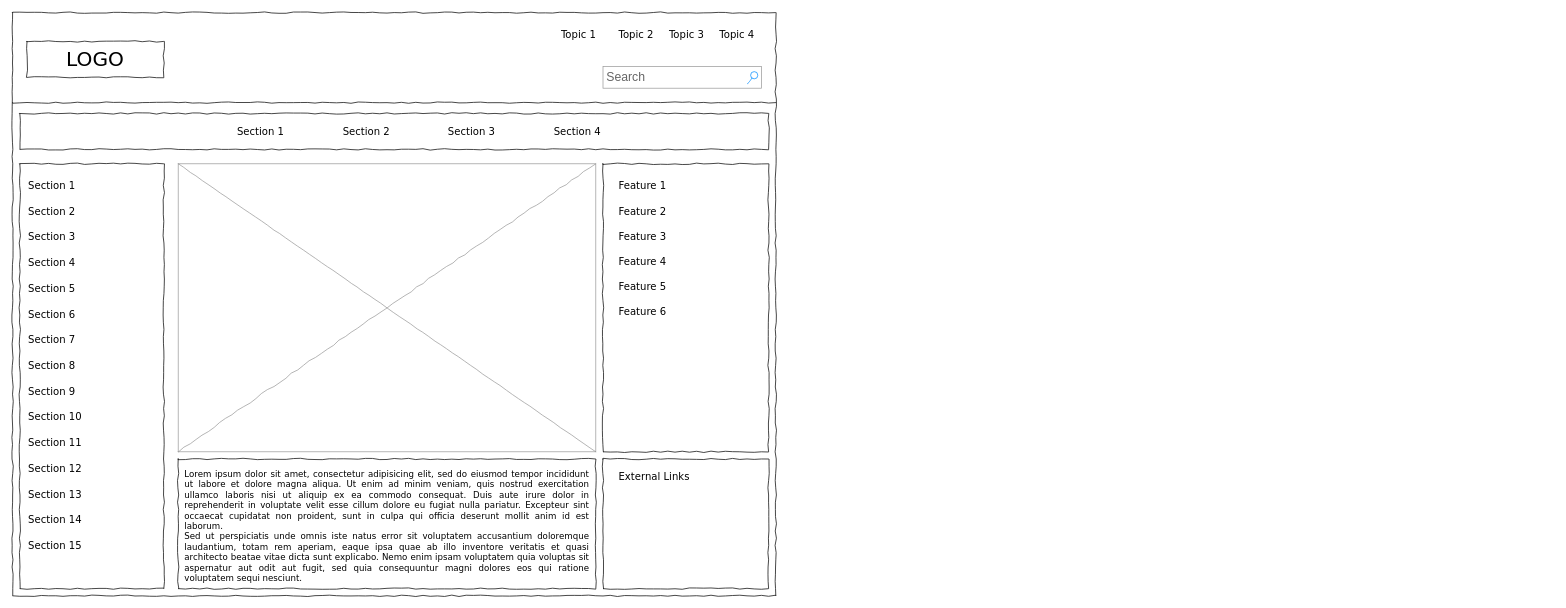
The draw.io diagram page "Page-1" (1 of 2) of BaseObjectMetadataUI.drawio in aaf1974/ProjectDiagram, before the edit. Source tidied: cells renumbered, new cells numbered last; positions are measured from the earlier drawing's top-left corner, leaving out a move shared by most shapes. Both pictures are drawn from the tidied source at 72%, with x=0, y=0 at pixel (12, 12).
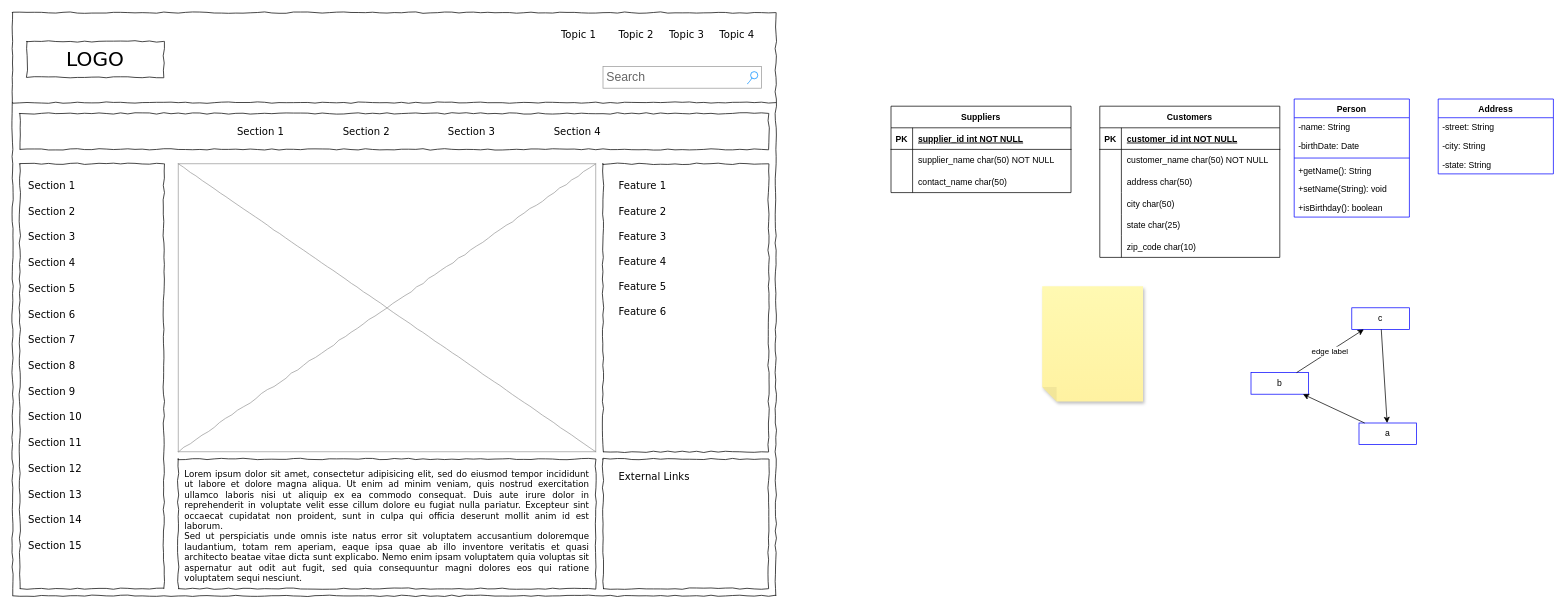
After the change.

Diff of the diagram source:
```diff
@@
+    <mxCell id="42" style="shape=note;whiteSpace=wrap;html=1;backgroundOutline=1;fontColor=#000000;darkOpacity=0.05;fillColor=#FFF9B2;strokeColor=none;fillStyle=solid;direction=west;gradientDirection=north;gradientColor=#FFF2A1;shadow=1;size=20;" parent="1" vertex="1">
+      <mxGeometry x="1430" y="380" width="140" height="160" as="geometry" />
+    </mxCell>
+    <mxCell id="43" value="Suppliers" style="shape=table;startSize=30;childLayout=tableLayout;rowLines=0;fontStyle=1;align=center;" parent="1" vertex="1">
+      <mxGeometry x="1220" y="130" width="250" height="120" as="geometry" />
+    </mxCell>
+    <mxCell id="44" style="shape=tableRow;horizontal=0;startSize=0;swimlaneHead=0;swimlaneBody=0;fillColor=none;strokeColor=inherit;top=0;left=0;right=0;bottom=1;" parent="43" vertex="1">
+      <mxGeometry y="30" width="250" height="30" as="geometry" />
+    </mxCell>
+    <mxCell id="45" value="PK" style="shape=partialRectangle;overflow=hidden;fillColor=none;strokeColor=inherit;top=0;left=0;bottom=0;right=0;fontStyle=1;" parent="44" vertex="1">
+      <mxGeometry width="30" height="30" as="geometry" />
+    </mxCell>
+    <mxCell id="46" value="supplier_id int NOT NULL " style="shape=partialRectangle;overflow=hidden;fillColor=none;align=left;strokeColor=inherit;top=0;left=0;bottom=0;right=0;spacingLeft=6;fontStyle=5;" parent="44" vertex="1">
+      <mxGeometry x="30" width="220" height="30" as="geometry" />
+    </mxCell>
+    <mxCell id="47" style="shape=tableRow;horizontal=0;startSize=0;swimlaneHead=0;swimlaneBody=0;fillColor=none;strokeColor=inherit;top=0;left=0;right=0;bottom=0;" parent="43" vertex="1">
+      <mxGeometry y="60" width="250" height="30" as="geometry" />
+    </mxCell>
+    <mxCell id="48" style="shape=partialRectangle;overflow=hidden;fillColor=none;strokeColor=inherit;top=0;left=0;bottom=0;right=0;" parent="47" vertex="1">
+      <mxGeometry width="30" height="30" as="geometry" />
+    </mxCell>
+    <mxCell id="49" value="supplier_name char(50) NOT NULL" style="shape=partialRectangle;overflow=hidden;fillColor=none;align=left;strokeColor=inherit;top=0;left=0;bottom=0;right=0;spacingLeft=6;" parent="47" vertex="1">
+      <mxGeometry x="30" width="220" height="30" as="geometry" />
+    </mxCell>
+    <mxCell id="50" style="shape=tableRow;horizontal=0;startSize=0;swimlaneHead=0;swimlaneBody=0;fillColor=none;strokeColor=inherit;top=0;left=0;right=0;bottom=0;" parent="43" vertex="1">
+      <mxGeometry y="90" width="250" height="30" as="geometry" />
+    </mxCell>
+    <mxCell id="51" style="shape=partialRectangle;overflow=hidden;fillColor=none;strokeColor=inherit;top=0;left=0;bottom=0;right=0;" parent="50" vertex="1">
+      <mxGeometry width="30" height="30" as="geometry" />
+    </mxCell>
+    <mxCell id="52" value="contact_name char(50)" style="shape=partialRectangle;overflow=hidden;fillColor=none;align=left;strokeColor=inherit;top=0;left=0;bottom=0;right=0;spacingLeft=6;" parent="50" vertex="1">
+      <mxGeometry x="30" width="220" height="30" as="geometry" />
+    </mxCell>
+    <mxCell id="53" value="Customers" style="shape=table;startSize=30;childLayout=tableLayout;rowLines=0;fontStyle=1;align=center;" parent="1" vertex="1">
+      <mxGeometry x="1510" y="130" width="250" height="210" as="geometry" />
+    </mxCell>
+    <mxCell id="54" style="shape=tableRow;horizontal=0;startSize=0;swimlaneHead=0;swimlaneBody=0;fillColor=none;strokeColor=inherit;top=0;left=0;right=0;bottom=1;" parent="53" vertex="1">
+      <mxGeometry y="30" width="250" height="30" as="geometry" />
+    </mxCell>
+    <mxCell id="55" value="PK" style="shape=partialRectangle;overflow=hidden;fillColor=none;strokeColor=inherit;top=0;left=0;bottom=0;right=0;fontStyle=1;" parent="54" vertex="1">
+      <mxGeometry width="30" height="30" as="geometry" />
+    </mxCell>
+    <mxCell id="56" value="customer_id int NOT NULL " style="shape=partialRectangle;overflow=hidden;fillColor=none;align=left;strokeColor=inherit;top=0;left=0;bottom=0;right=0;spacingLeft=6;fontStyle=5;" parent="54" vertex="1">
+      <mxGeometry x="30" width="220" height="30" as="geometry" />
+    </mxCell>
+    <mxCell id="57" style="shape=tableRow;horizontal=0;startSize=0;swimlaneHead=0;swimlaneBody=0;fillColor=none;strokeColor=inherit;top=0;left=0;right=0;bottom=0;" parent="53" vertex="1">
+      <mxGeometry y="60" width="250" height="30" as="geometry" />
+    </mxCell>
+    <mxCell id="58" style="shape=partialRectangle;overflow=hidden;fillColor=none;strokeColor=inherit;top=0;left=0;bottom=0;right=0;" parent="57" vertex="1">
+      <mxGeometry width="30" height="30" as="geometry" />
+    </mxCell>
+    <mxCell id="59" value="customer_name char(50) NOT NULL" style="shape=partialRectangle;overflow=hidden;fillColor=none;align=left;strokeColor=inherit;top=0;left=0;bottom=0;right=0;spacingLeft=6;" parent="57" vertex="1">
+      <mxGeometry x="30" width="220" height="30" as="geometry" />
+    </mxCell>
+    <mxCell id="60" style="shape=tableRow;horizontal=0;startSize=0;swimlaneHead=0;swimlaneBody=0;fillColor=none;strokeColor=inherit;top=0;left=0;right=0;bottom=0;" parent="53" vertex="1">
+      <mxGeometry y="90" width="250" height="30" as="geometry" />
+    </mxCell>
+    <mxCell id="61" style="shape=partialRectangle;overflow=hidden;fillColor=none;strokeColor=inherit;top=0;left=0;bottom=0;right=0;" parent="60" vertex="1">
+      <mxGeometry width="30" height="30" as="geometry" />
+    </mxCell>
+    <mxCell id="62" value="address char(50)" style="shape=partialRectangle;overflow=hidden;fillColor=none;align=left;strokeColor=inherit;top=0;left=0;bottom=0;right=0;spacingLeft=6;" parent="60" vertex="1">
+      <mxGeometry x="30" width="220" height="30" as="geometry" />
+    </mxCell>
+    <mxCell id="63" style="shape=tableRow;horizontal=0;startSize=0;swimlaneHead=0;swimlaneBody=0;fillColor=none;strokeColor=inherit;top=0;left=0;right=0;bottom=0;" parent="53" vertex="1">
+      <mxGeometry y="120" width="250" height="30" as="geometry" />
+    </mxCell>
+    <mxCell id="64" style="shape=partialRectangle;overflow=hidden;fillColor=none;strokeColor=inherit;top=0;left=0;bottom=0;right=0;" parent="63" vertex="1">
+      <mxGeometry width="30" height="30" as="geometry" />
+    </mxCell>
+    <mxCell id="65" value="city char(50)" style="shape=partialRectangle;overflow=hidden;fillColor=none;align=left;strokeColor=inherit;top=0;left=0;bottom=0;right=0;spacingLeft=6;" parent="63" vertex="1">
+      <mxGeometry x="30" width="220" height="30" as="geometry" />
+    </mxCell>
+    <mxCell id="66" style="shape=tableRow;horizontal=0;startSize=0;swimlaneHead=0;swimlaneBody=0;fillColor=none;strokeColor=inherit;top=0;left=0;right=0;bottom=0;" parent="53" vertex="1">
+      <mxGeometry y="150" width="250" height="30" as="geometry" />
+    </mxCell>
+    <mxCell id="67" style="shape=partialRectangle;overflow=hidden;fillColor=none;strokeColor=inherit;top=0;left=0;bottom=0;right=0;" parent="66" vertex="1">
+      <mxGeometry width="30" height="30" as="geometry" />
+    </mxCell>
+    <mxCell id="68" value="state char(25)" style="shape=partialRectangle;overflow=hidden;fillColor=none;align=left;strokeColor=inherit;top=0;left=0;bottom=0;right=0;spacingLeft=6;" parent="66" vertex="1">
+      <mxGeometry x="30" width="220" height="30" as="geometry" />
+    </mxCell>
+    <mxCell id="69" style="shape=tableRow;horizontal=0;startSize=0;swimlaneHead=0;swimlaneBody=0;fillColor=none;strokeColor=inherit;top=0;left=0;right=0;bottom=0;" parent="53" vertex="1">
+      <mxGeometry y="180" width="250" height="30" as="geometry" />
+    </mxCell>
+    <mxCell id="70" style="shape=partialRectangle;overflow=hidden;fillColor=none;strokeColor=inherit;top=0;left=0;bottom=0;right=0;" parent="69" vertex="1">
+      <mxGeometry width="30" height="30" as="geometry" />
+    </mxCell>
+    <mxCell id="71" value="zip_code char(10)" style="shape=partialRectangle;overflow=hidden;fillColor=none;align=left;strokeColor=inherit;top=0;left=0;bottom=0;right=0;spacingLeft=6;" parent="69" vertex="1">
+      <mxGeometry x="30" width="220" height="30" as="geometry" />
+    </mxCell>
+    <mxCell id="72" value="a" style="whiteSpace=wrap;html=1;strokeColor=#0000FF;" parent="1" vertex="1">
+      <mxGeometry x="1870" y="570" width="80" height="30" as="geometry" />
+    </mxCell>
+    <mxCell id="73" value="b" style="whiteSpace=wrap;html=1;strokeColor=#0000FF;" parent="1" vertex="1">
+      <mxGeometry x="1720" y="500" width="80" height="30" as="geometry" />
+    </mxCell>
+    <mxCell id="74" style="rounded=0;" parent="1" edge="1" source="72" target="73">
+      <mxGeometry x="1739" y="429" as="geometry" />
+    </mxCell>
+    <mxCell id="75" value="c" style="whiteSpace=wrap;html=1;strokeColor=#0000FF;" parent="1" vertex="1">
+      <mxGeometry x="1860" y="410" width="80" height="30" as="geometry" />
+    </mxCell>
+    <mxCell id="76" value="edge label" style="rounded=0;" parent="1" edge="1" source="73" target="75">
+      <mxGeometry x="1739" y="429" as="geometry" />
+    </mxCell>
+    <mxCell id="77" style="rounded=0;" parent="1" edge="1" source="75" target="72">
+      <mxGeometry x="1739" y="429" as="geometry" />
+    </mxCell>
+    <mxCell id="78" value="Person" style="swimlane;fontStyle=1;horizontal=1;startSize=26;strokeColor=#0000FF;" parent="1" vertex="1">
+      <mxGeometry x="1780" y="120" width="160" height="164" as="geometry" />
+    </mxCell>
+    <mxCell id="79" value="-name: String" style="text;strokeColor=none;fillColor=none;align=left;verticalAlign=top;spacingLeft=4;spacingRight=4;overflow=hidden;" parent="78" vertex="1">
+      <mxGeometry y="26" width="160" height="26" as="geometry" />
+    </mxCell>
+    <mxCell id="80" value="-birthDate: Date" style="text;strokeColor=none;fillColor=none;align=left;verticalAlign=top;spacingLeft=4;spacingRight=4;overflow=hidden;" parent="78" vertex="1">
+      <mxGeometry y="52" width="160" height="26" as="geometry" />
+    </mxCell>
+    <mxCell id="81" style="line;strokeWidth=1;fillColor=none;align=left;verticalAlign=middle;spacingTop=-1;spacingLeft=3;spacingRight=3;labelPosition=right;strokeColor=#0000FF;" parent="78" vertex="1">
+      <mxGeometry y="78" width="160" height="8" as="geometry" />
+    </mxCell>
+    <mxCell id="82" value="+getName(): String" style="text;strokeColor=none;fillColor=none;align=left;verticalAlign=top;spacingLeft=4;spacingRight=4;overflow=hidden;" parent="78" vertex="1">
+      <mxGeometry y="86" width="160" height="26" as="geometry" />
+    </mxCell>
+    <mxCell id="83" value="+setName(String): void" style="text;strokeColor=none;fillColor=none;align=left;verticalAlign=top;spacingLeft=4;spacingRight=4;overflow=hidden;" parent="78" vertex="1">
+      <mxGeometry y="112" width="160" height="26" as="geometry" />
+    </mxCell>
+    <mxCell id="84" value="+isBirthday(): boolean" style="text;strokeColor=none;fillColor=none;align=left;verticalAlign=top;spacingLeft=4;spacingRight=4;overflow=hidden;" parent="78" vertex="1">
+      <mxGeometry y="138" width="160" height="26" as="geometry" />
+    </mxCell>
+    <mxCell id="85" value="Address" style="swimlane;fontStyle=1;horizontal=1;startSize=26;strokeColor=#0000FF;" parent="1" vertex="1">
+      <mxGeometry x="1980" y="120" width="160" height="104" as="geometry" />
+    </mxCell>
+    <mxCell id="86" value="-street: String" style="text;strokeColor=none;fillColor=none;align=left;verticalAlign=top;spacingLeft=4;spacingRight=4;overflow=hidden;" parent="85" vertex="1">
+      <mxGeometry y="26" width="160" height="26" as="geometry" />
+    </mxCell>
+    <mxCell id="87" value="-city: String" style="text;strokeColor=none;fillColor=none;align=left;verticalAlign=top;spacingLeft=4;spacingRight=4;overflow=hidden;" parent="85" vertex="1">
+      <mxGeometry y="52" width="160" height="26" as="geometry" />
+    </mxCell>
+    <mxCell id="88" value="-state: String" style="text;strokeColor=none;fillColor=none;align=left;verticalAlign=top;spacingLeft=4;spacingRight=4;overflow=hidden;" parent="85" vertex="1">
+      <mxGeometry y="78" width="160" height="26" as="geometry" />
+    </mxCell>
```
